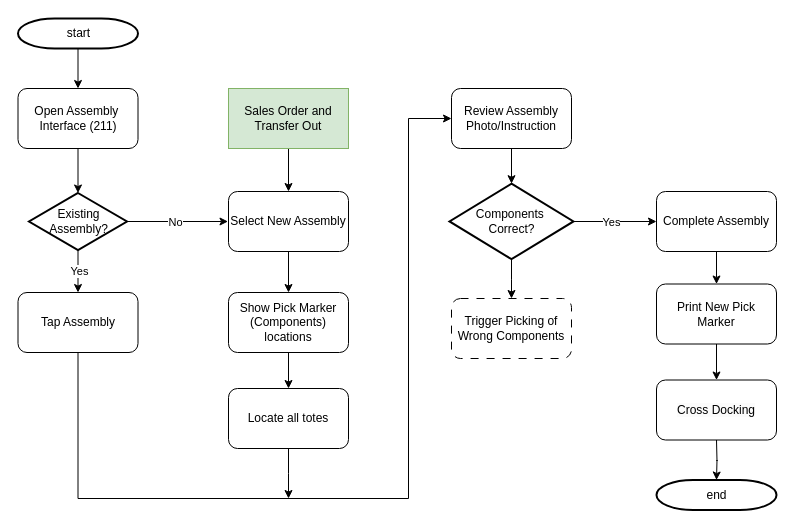
Earlier version of the draw.io diagram AssemblyProcess.drawio (ZTomChen/NavigatorFlowcharts). Source tidied: cells renumbered, new cells numbered last; positions are measured from the earlier drawing's top-left corner, leaving out a move shared by most shapes. Both pictures are drawn from the tidied source at 100%, with x=0, y=0 at pixel (18, 18).
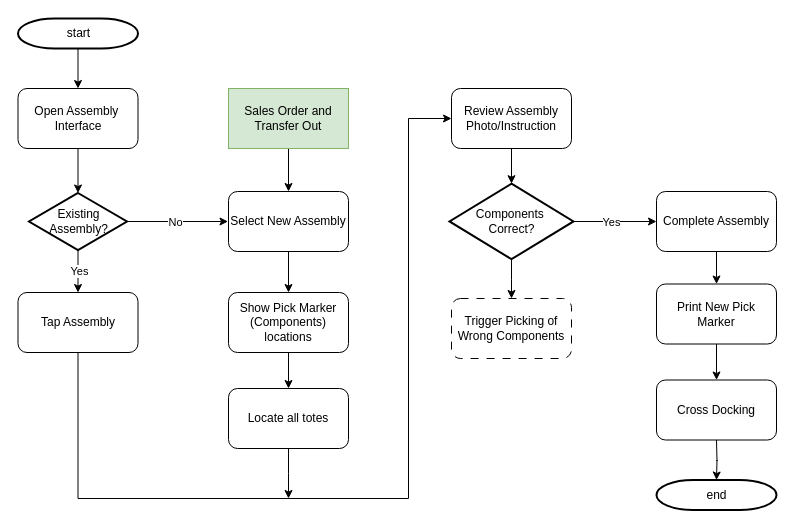
The same diagram, later.

What changed in the source:
```diff
@@
-    <mxCell id="10" value="&lt;span style=&quot;text-wrap-mode: nowrap;&quot;&gt;Open Assembly&amp;nbsp;&lt;/span&gt;&lt;div&gt;&lt;span style=&quot;text-wrap-mode: nowrap;&quot;&gt;Interface (211)&lt;/span&gt;&lt;/div&gt;" style="rounded=1;whiteSpace=wrap;html=1;" parent="1" vertex="1">
+    <mxCell id="10" value="&lt;span style=&quot;text-wrap-mode: nowrap;&quot;&gt;Open Assembly&amp;nbsp;&lt;/span&gt;&lt;div&gt;&lt;span style=&quot;text-wrap-mode: nowrap;&quot;&gt;Interface&lt;/span&gt;&lt;/div&gt;" style="rounded=1;whiteSpace=wrap;html=1;" parent="1" vertex="1">
       <mxGeometry x="-0.5" y="70" width="120" height="60" as="geometry" />
     </mxCell>
```
